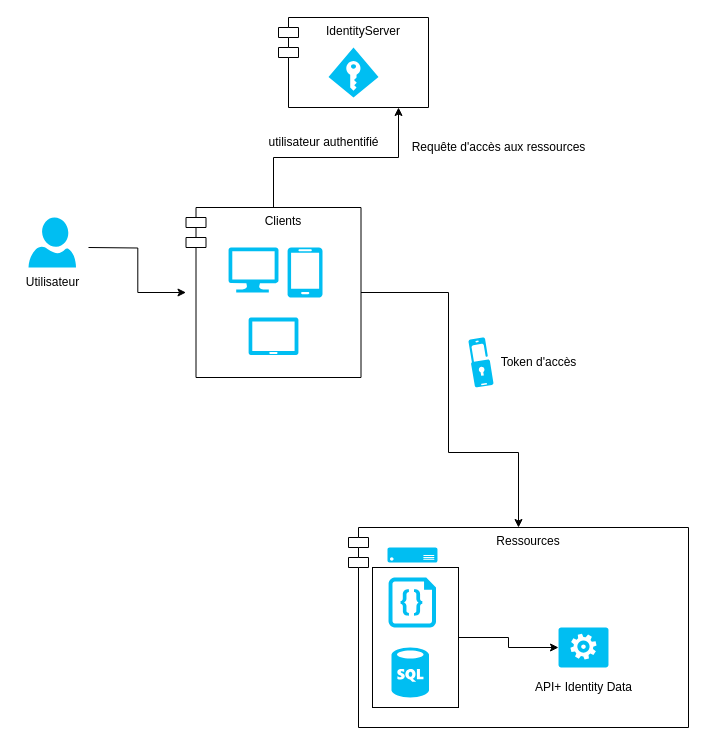
Earlier version of the draw.io diagram Diagramme/LM_ComponentDiag.drawio (Zibeug/Love-Mirroring). Source tidied: cells renumbered, new cells numbered last; positions are measured from the earlier drawing's top-left corner, leaving out a move shared by most shapes. Both pictures are drawn from the tidied source at 100%, with x=0, y=0 at pixel (17, 17).
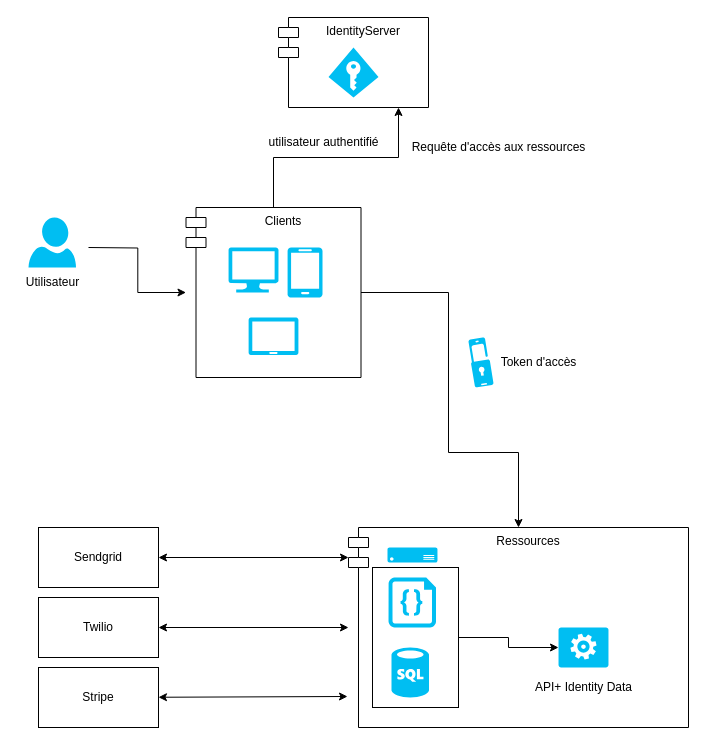
Above is the later version.

The change refers to these unchanged cells:
```xml
<mxCell id="2" value="Ressources" style="shape=module;align=left;spacingLeft=20;align=center;verticalAlign=top;" parent="1" vertex="1">
  <mxGeometry x="331" y="510" width="340" height="200" as="geometry" />
</mxCell>
```

What changed in the source:
```diff
@@
+    <mxCell id="26" style="edgeStyle=orthogonalEdgeStyle;rounded=0;jettySize=auto;html=1;entryX=0;entryY=0.15;entryDx=0;entryDy=0;entryPerimeter=0;startArrow=classic;startFill=1;" parent="1" edge="1" source="27" target="2">
+      <mxGeometry relative="1" as="geometry" />
+    </mxCell>
+    <mxCell id="27" value="Sendgrid" style="rounded=0;whiteSpace=wrap;html=1;" parent="1" vertex="1">
+      <mxGeometry x="21" y="510" width="120" height="60" as="geometry" />
+    </mxCell>
+    <mxCell id="28" style="edgeStyle=orthogonalEdgeStyle;rounded=0;jettySize=auto;html=1;startArrow=classic;startFill=1;" parent="1" edge="1" source="29" target="2">
+      <mxGeometry relative="1" as="geometry" />
+    </mxCell>
+    <mxCell id="29" value="Twilio" style="rounded=0;whiteSpace=wrap;html=1;" parent="1" vertex="1">
+      <mxGeometry x="21" y="580" width="120" height="60" as="geometry" />
+    </mxCell>
+    <mxCell id="30" style="rounded=0;jettySize=auto;html=1;entryX=-0.003;entryY=0.845;entryDx=0;entryDy=0;entryPerimeter=0;startArrow=classic;startFill=1;" parent="1" edge="1" source="31" target="2">
+      <mxGeometry relative="1" as="geometry" />
+    </mxCell>
+    <mxCell id="31" value="Stripe" style="rounded=0;whiteSpace=wrap;html=1;" parent="1" vertex="1">
+      <mxGeometry x="21" y="650" width="120" height="60" as="geometry" />
+    </mxCell>
```
